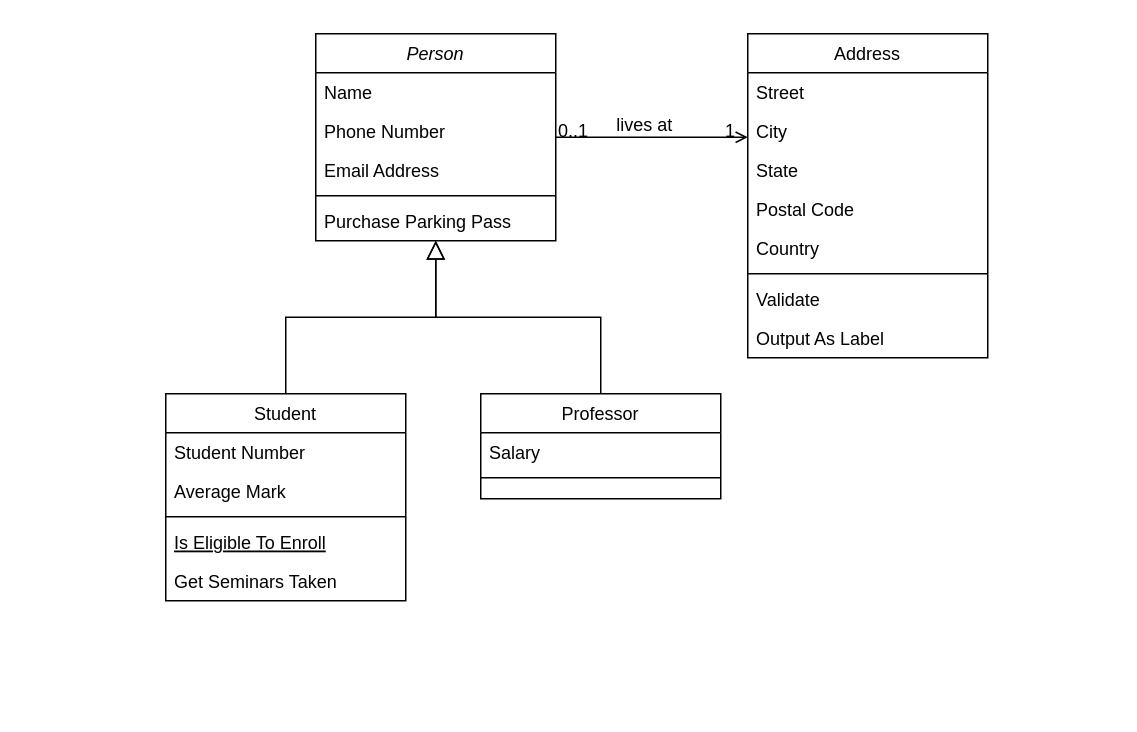
Earlier version of the draw.io diagram POO - Desafio/UML/Diagrama sem nome.drawio (AndreiDaSilva/Santander-2024---Backend-com-Java). Source tidied: cells renumbered, new cells numbered last; positions are measured from the earlier drawing's top-left corner, leaving out a move shared by most shapes. Both pictures are drawn from the tidied source at 150%, with x=0, y=0 at pixel (165, 33).
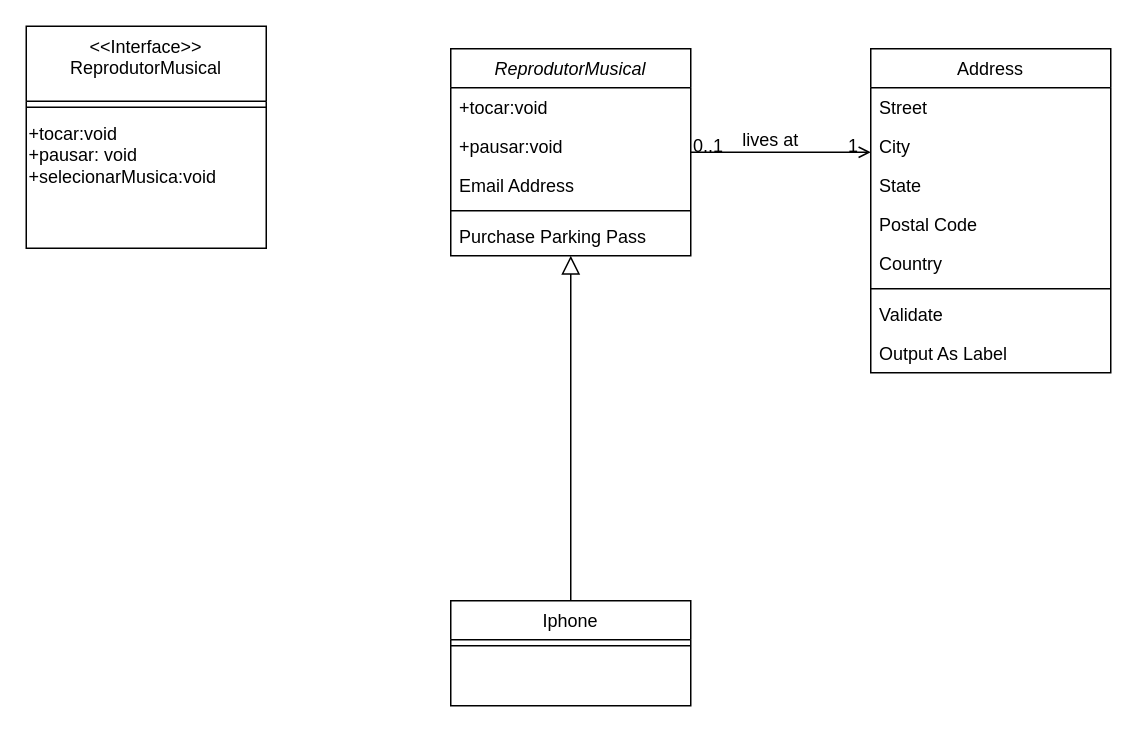
Above is the later version.

Commit message:
Classe ReprodutorMusical criada

Change to the diagram source:
```diff
@@
-    <mxCell id="2" value="Person" style="swimlane;fontStyle=2;align=center;verticalAlign=top;horizontal=1;startSize=26;rounded=0;shadow=0;strokeWidth=1;" parent="1" vertex="1">
-      <mxGeometry x="100" width="160" height="138" as="geometry" />
+    <mxCell id="2" value="ReprodutorMusical" style="swimlane;fontStyle=2;align=center;verticalAlign=top;horizontal=1;startSize=26;rounded=0;shadow=0;strokeWidth=1;" parent="1" vertex="1">
+      <mxGeometry x="190" y="10" width="160" height="138" as="geometry" />
     </mxCell>
-    <mxCell id="3" value="Name" style="text;align=left;verticalAlign=top;spacingLeft=4;spacingRight=4;overflow=hidden;" parent="2" vertex="1">
+    <mxCell id="3" value="+tocar:void" style="text;align=left;verticalAlign=top;spacingLeft=4;spacingRight=4;overflow=hidden;" parent="2" vertex="1">
       <mxGeometry y="26" width="160" height="26" as="geometry" />
     </mxCell>
-    <mxCell id="4" value="Phone Number" style="text;align=left;verticalAlign=top;spacingLeft=4;spacingRight=4;overflow=hidden;rounded=0;shadow=0;html=0;" parent="2" vertex="1">
+    <mxCell id="4" value="+pausar:void" style="text;align=left;verticalAlign=top;spacingLeft=4;spacingRight=4;overflow=hidden;rounded=0;shadow=0;html=0;" parent="2" vertex="1">
       <mxGeometry y="52" width="160" height="26" as="geometry" />
     </mxCell>
@@
-    <mxCell id="8" value="Student" style="swimlane;fontStyle=0;align=center;verticalAlign=top;horizontal=1;startSize=26;rounded=0;shadow=0;strokeWidth=1;" parent="1" vertex="1">
-      <mxGeometry y="240" width="160" height="138" as="geometry" />
+    <mxCell id="8" value="&lt;&lt;Interface&gt;&gt;&#10;ReprodutorMusical" style="swimlane;fontStyle=0;align=center;verticalAlign=top;horizontal=1;startSize=50;rounded=0;shadow=0;strokeWidth=1;" parent="1" vertex="1">
+      <mxGeometry x="-93" y="-5" width="160" height="148" as="geometry" />
     </mxCell>
-    <mxCell id="9" value="Student Number" style="text;align=left;verticalAlign=top;spacingLeft=4;spacingRight=4;overflow=hidden;" parent="8" vertex="1">
-      <mxGeometry y="26" width="160" height="26" as="geometry" />
-    </mxCell>
-    <mxCell id="10" value="Average Mark" style="text;align=left;verticalAlign=top;spacingLeft=4;spacingRight=4;overflow=hidden;rounded=0;shadow=0;html=0;" parent="8" vertex="1">
-      <mxGeometry y="52" width="160" height="26" as="geometry" />
-    </mxCell>
     <mxCell id="11" style="line;html=1;strokeWidth=1;align=left;verticalAlign=middle;spacingTop=-1;spacingLeft=3;spacingRight=3;labelPosition=right;" parent="8" vertex="1">
-      <mxGeometry y="78" width="160" height="8" as="geometry" />
+      <mxGeometry y="50" width="160" height="8" as="geometry" />
     </mxCell>
-    <mxCell id="12" value="Is Eligible To Enroll" style="text;align=left;verticalAlign=top;spacingLeft=4;spacingRight=4;overflow=hidden;fontStyle=4;" parent="8" vertex="1">
-      <mxGeometry y="86" width="160" height="26" as="geometry" />
-    </mxCell>
-    <mxCell id="13" value="Get Seminars Taken" style="text;align=left;verticalAlign=top;spacingLeft=4;spacingRight=4;overflow=hidden;" parent="8" vertex="1">
-      <mxGeometry y="112" width="160" height="26" as="geometry" />
-    </mxCell>
-    <mxCell id="14" style="endArrow=block;endSize=10;endFill=0;shadow=0;strokeWidth=1;rounded=0;curved=0;edgeStyle=elbowEdgeStyle;elbow=vertical;" parent="1" edge="1" source="8" target="2">
-      <mxGeometry relative="1" as="geometry" />
-    </mxCell>
+    <mxCell id="32" value="+tocar:void&lt;div&gt;+pausar: void&lt;/div&gt;&lt;div&gt;+selecionarMusica:void&lt;/div&gt;" style="text;html=1;align=left;verticalAlign=top;whiteSpace=wrap;rounded=0;" parent="8" vertex="1">
+      <mxGeometry y="58" width="160" height="90" as="geometry" />
+    </mxCell>
-    <mxCell id="15" value="Professor" style="swimlane;fontStyle=0;align=center;verticalAlign=top;horizontal=1;startSize=26;rounded=0;shadow=0;strokeWidth=1;" parent="1" vertex="1">
-      <mxGeometry x="210" y="240" width="160" height="70" as="geometry" />
+    <mxCell id="15" value="Iphone" style="swimlane;fontStyle=0;align=center;verticalAlign=top;horizontal=1;startSize=26;rounded=0;shadow=0;strokeWidth=1;" parent="1" vertex="1">
+      <mxGeometry x="190" y="378" width="160" height="70" as="geometry" />
     </mxCell>
-    <mxCell id="16" value="Salary" style="text;align=left;verticalAlign=top;spacingLeft=4;spacingRight=4;overflow=hidden;" parent="15" vertex="1">
-      <mxGeometry y="26" width="160" height="26" as="geometry" />
-    </mxCell>
     <mxCell id="17" style="line;html=1;strokeWidth=1;align=left;verticalAlign=middle;spacingTop=-1;spacingLeft=3;spacingRight=3;labelPosition=right;" parent="15" vertex="1">
-      <mxGeometry y="52" width="160" height="8" as="geometry" />
+      <mxGeometry y="26" width="160" height="8" as="geometry" />
     </mxCell>
@@
     <mxCell id="19" value="Address" style="swimlane;fontStyle=0;align=center;verticalAlign=top;horizontal=1;startSize=26;rounded=0;shadow=0;strokeWidth=1;" parent="1" vertex="1">
-      <mxGeometry x="388" width="160" height="216" as="geometry" />
+      <mxGeometry x="470" y="10" width="160" height="216" as="geometry" />
     </mxCell>
```
